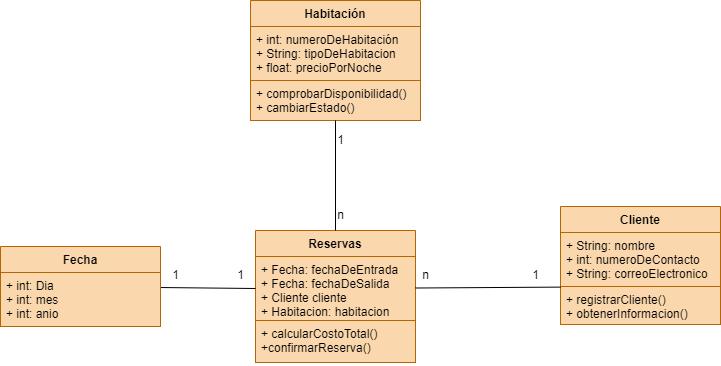
Before: Diagramas/Sistema_de_Hoteles.drawio.png, a diagram exported from draw.io (nexphernandez/Diagramas-de-Clase). Source tidied: cells renumbered, new cells last; positions are measured from the earlier drawing's top-left corner, leaving out a move shared by most shapes.
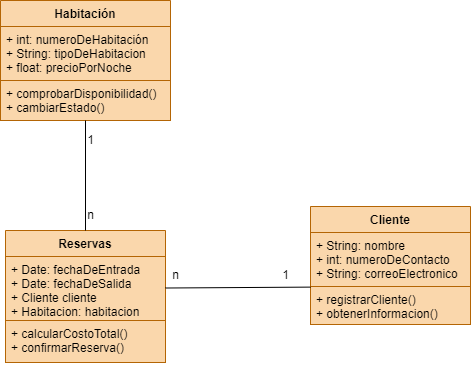
Later version of the same file.

The edit, as a diff of the source:
```diff
@@ -29,13 +29,13 @@
     <mxCell id="10" value="Reservas" style="swimlane;fontStyle=1;align=center;verticalAlign=top;horizontal=1;startSize=26;fillColor=#fad7ac;strokeColor=#b46504;" parent="1" vertex="1">
       <mxGeometry x="255" y="230" width="160" height="132" as="geometry" />
     </mxCell>
-    <mxCell id="11" value="+ Fecha: fechaDeEntrada&#10;+ Fecha: fechaDeSalida&#10;+ Cliente cliente&#10;+ Habitacion: habitacion" style="text;strokeColor=#b46504;fillColor=#fad7ac;align=left;verticalAlign=top;spacingLeft=4;spacingRight=4;overflow=hidden;points=[[0,0.5],[1,0.5]];portConstraint=eastwest;" parent="10" vertex="1">
+    <mxCell id="11" value="+ Date: fechaDeEntrada&#10;+ Date: fechaDeSalida&#10;+ Cliente cliente&#10;+ Habitacion: habitacion" style="text;strokeColor=#b46504;fillColor=#fad7ac;align=left;verticalAlign=top;spacingLeft=4;spacingRight=4;overflow=hidden;points=[[0,0.5],[1,0.5]];portConstraint=eastwest;labelBackgroundColor=none;" parent="10" vertex="1">
       <mxGeometry y="26" width="160" height="64" as="geometry" />
     </mxCell>
     <mxCell id="12" style="line;strokeWidth=1;align=left;verticalAlign=middle;spacingTop=-1;spacingLeft=3;spacingRight=3;labelPosition=right;" parent="10" vertex="1">
       <mxGeometry y="90" width="160" as="geometry" />
     </mxCell>
-    <mxCell id="13" value="+ calcularCostoTotal()&#10;+confirmarReserva()" style="text;strokeColor=#b46504;fillColor=#fad7ac;align=left;verticalAlign=top;spacingLeft=4;spacingRight=4;overflow=hidden;" parent="10" vertex="1">
+    <mxCell id="13" value="+ calcularCostoTotal()&#10;+ confirmarReserva()" style="text;strokeColor=#b46504;fillColor=#fad7ac;align=left;verticalAlign=top;spacingLeft=4;spacingRight=4;overflow=hidden;" parent="10" vertex="1">
       <mxGeometry y="90" width="160" height="42" as="geometry" />
     </mxCell>
     <mxCell id="14" style="edgeStyle=none;html=1;entryX=0.5;entryY=0;entryDx=0;entryDy=0;endArrow=none;endFill=0;" parent="1" edge="1" source="5" target="10">
@@ -56,23 +56,5 @@
     <mxCell id="19" value="n" style="text;html=1;align=center;verticalAlign=middle;strokeColor=none;fillColor=none;" parent="1" vertex="1">
       <mxGeometry x="410" y="260" width="30" height="30" as="geometry" />
     </mxCell>
-    <mxCell id="20" style="edgeStyle=none;html=1;endArrow=none;endFill=0;exitX=0;exitY=0.5;exitDx=0;exitDy=0;entryX=0.994;entryY=0.278;entryDx=0;entryDy=0;entryPerimeter=0;" parent="1" edge="1" source="11" target="22">
-      <mxGeometry relative="1" as="geometry" />
-    </mxCell>
-    <mxCell id="21" value="Fecha" style="swimlane;fontStyle=1;align=center;verticalAlign=top;horizontal=1;startSize=26;fillColor=#fad7ac;strokeColor=#b46504;" parent="1" vertex="1">
-      <mxGeometry y="246" width="160" height="80" as="geometry" />
-    </mxCell>
-    <mxCell id="22" value="+ int: Dia&#10;+ int: mes&#10;+ int: anio" style="text;strokeColor=#b46504;fillColor=#fad7ac;align=left;verticalAlign=top;spacingLeft=4;spacingRight=4;overflow=hidden;points=[[0,0.5],[1,0.5]];portConstraint=eastwest;" parent="21" vertex="1">
-      <mxGeometry y="26" width="160" height="54" as="geometry" />
-    </mxCell>
-    <mxCell id="23" style="line;strokeWidth=1;fillColor=#fad7ac;align=left;verticalAlign=middle;spacingTop=-1;spacingLeft=3;spacingRight=3;labelPosition=right;strokeColor=#b46504;" parent="21" vertex="1">
-      <mxGeometry y="80" width="160" as="geometry" />
-    </mxCell>
-    <mxCell id="24" value="1" style="text;html=1;align=center;verticalAlign=middle;strokeColor=none;fillColor=none;" parent="1" vertex="1">
-      <mxGeometry x="225" y="260" width="30" height="30" as="geometry" />
-    </mxCell>
-    <mxCell id="25" value="1" style="text;html=1;align=center;verticalAlign=middle;strokeColor=none;fillColor=none;" parent="1" vertex="1">
-      <mxGeometry x="160" y="260" width="30" height="30" as="geometry" />
-    </mxCell>
   </root>
 </mxGraphModel>
```
